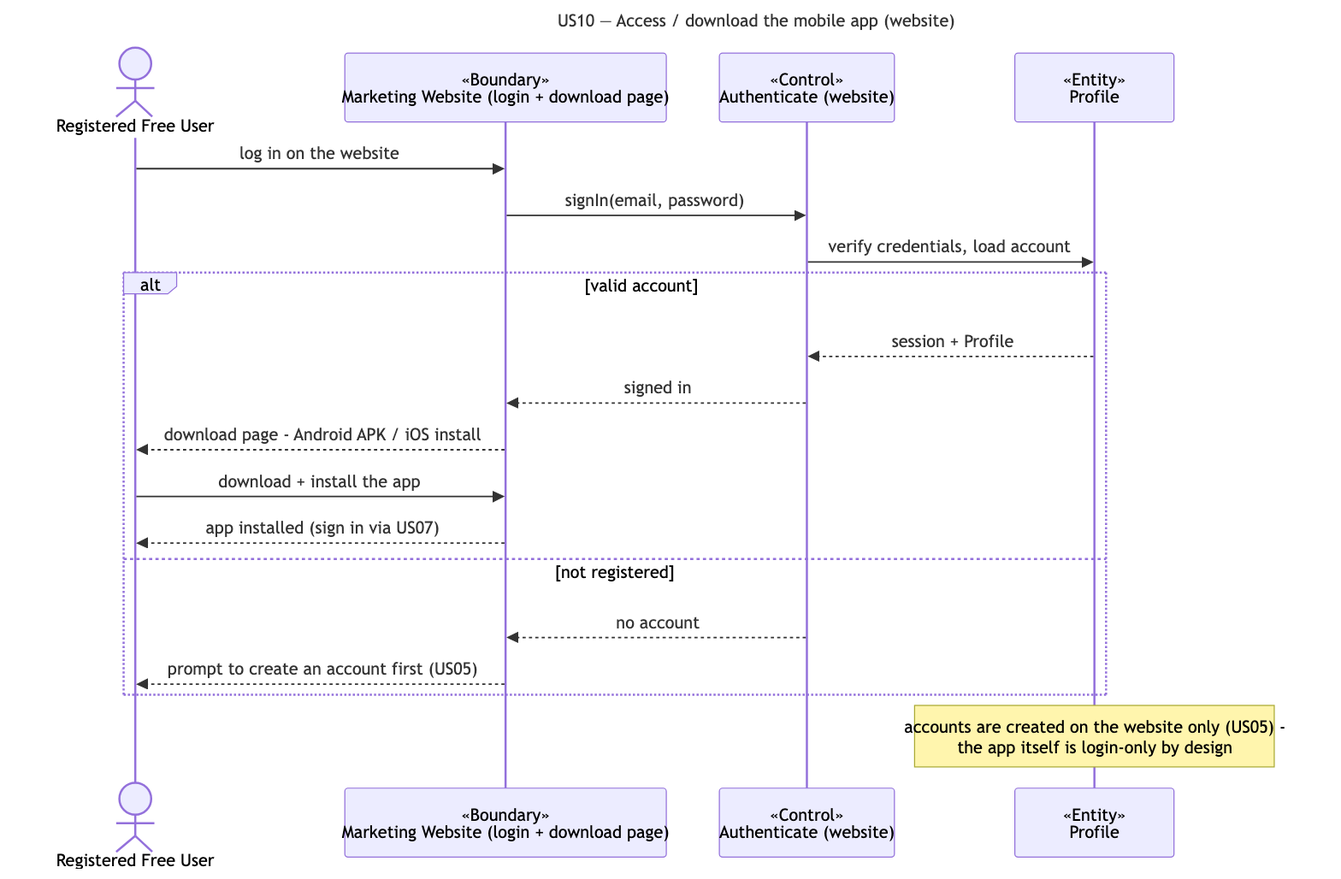
The Mermaid diagram docs/deliverables/sequence-diagrams/US10-access-app.png in cyuanjun/FYP-26-S2-37-app, before a commit. Its source is kept beside it as docs/deliverables/sequence-diagrams/src/US10-access-app.mmd. The source it was exported from:
```mermaid
---
title: "US10 — Access / download the mobile app (website)"
---
sequenceDiagram
  actor A as Registered Free User
  participant B as «Boundary»<br/>Marketing Website (login + download page)
  participant C as «Control»<br/>Authenticate (website)
  participant E as «Entity»<br/>Profile
  A->>B: log in on the website
  B->>C: signIn(email, password)
  C->>E: verify credentials, load account
  alt valid account
    E-->>C: session + Profile
    C-->>B: signed in
    B-->>A: download page - Android APK / iOS install
    A->>B: download + install the app
    B-->>A: app installed (sign in via US07)
  else not registered
    C-->>B: no account
    B-->>A: prompt to create an account first (US05)
  end
  note over E: accounts are created on the website only (US05) -<br/>the app itself is login-only by design
```
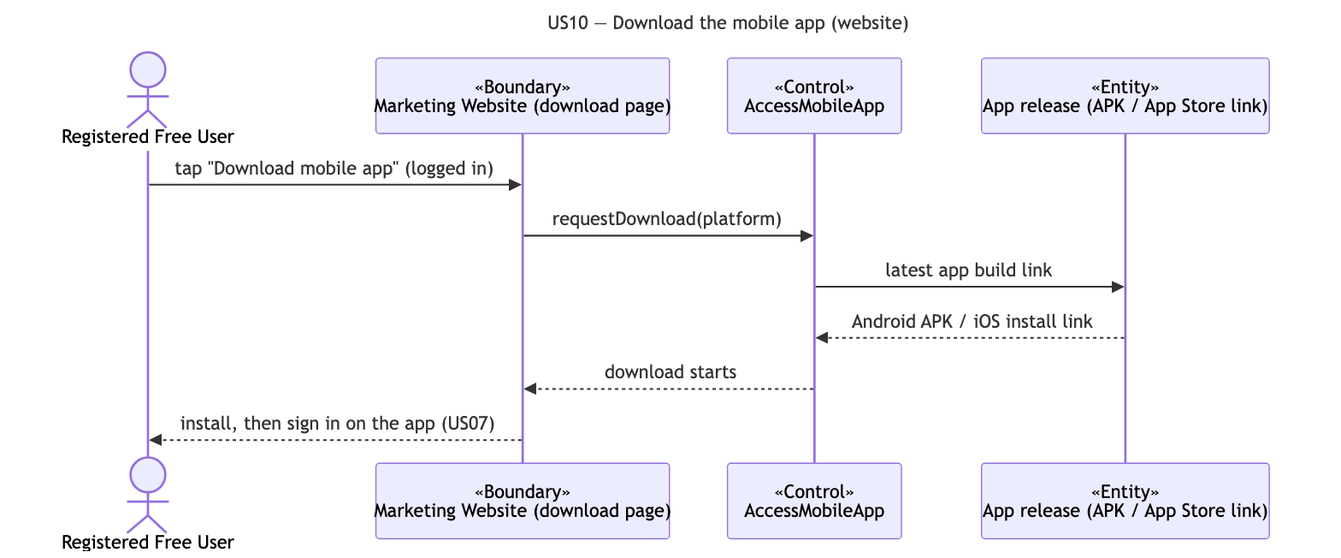
After the commit.

Commit message:
Simplify US10 to plain app download

The edit, as a diff of the source:
```diff
@@ -1,22 +1,14 @@
 ---
-title: "US10 — Access / download the mobile app (website)"
+title: "US10 — Download the mobile app (website)"
 ---
 sequenceDiagram
   actor A as Registered Free User
-  participant B as «Boundary»<br/>Marketing Website (login + download page)
-  participant C as «Control»<br/>Authenticate (website)
-  participant E as «Entity»<br/>Profile
-  A->>B: log in on the website
-  B->>C: signIn(email, password)
-  C->>E: verify credentials, load account
-  alt valid account
-    E-->>C: session + Profile
-    C-->>B: signed in
-    B-->>A: download page - Android APK / iOS install
-    A->>B: download + install the app
-    B-->>A: app installed (sign in via US07)
-  else not registered
-    C-->>B: no account
-    B-->>A: prompt to create an account first (US05)
-  end
-  note over E: accounts are created on the website only (US05) -<br/>the app itself is login-only by design
+  participant B as «Boundary»<br/>Marketing Website (download page)
+  participant C as «Control»<br/>AccessMobileApp
+  participant E as «Entity»<br/>App release (APK / App Store link)
+  A->>B: tap "Download mobile app" (logged in)
+  B->>C: requestDownload(platform)
+  C->>E: latest app build link
+  E-->>C: Android APK / iOS install link
+  C-->>B: download starts
+  B-->>A: install, then sign in on the app (US07)
```
